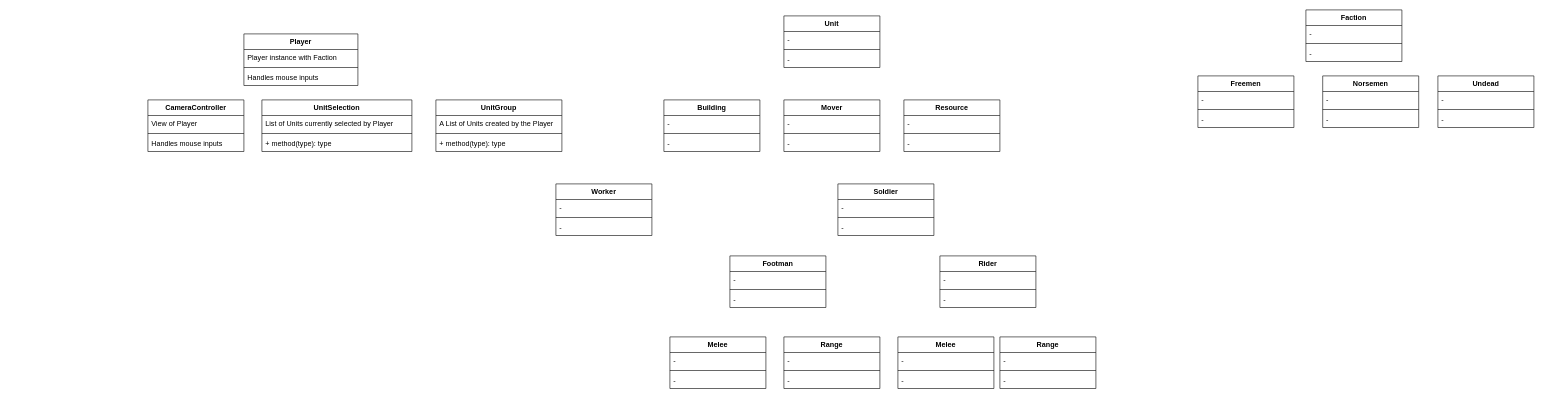
This is Game/Assets/Scripts/Class_diagram_UML.drawio from stephanegc/realTimeStrategy, a draw.io file, before an edit. Source tidied: cells renumbered, new cells numbered last; positions are measured from the earlier drawing's top-left corner, leaving out a move shared by most shapes. Both pictures are drawn from the tidied source at 60%, with x=0, y=0 at pixel (148, 10).
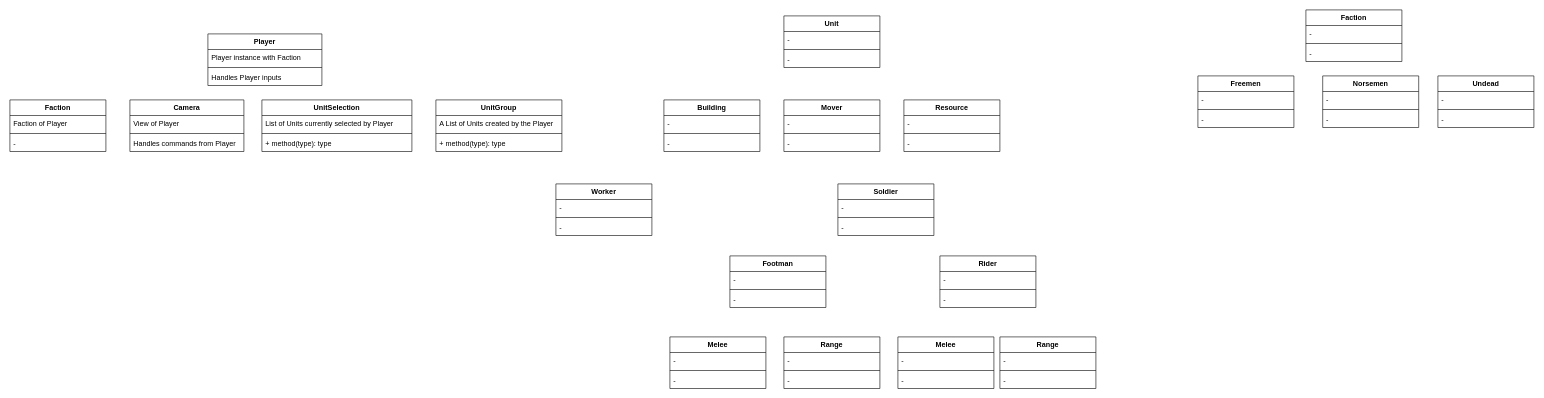
The same diagram, later.

Commit message:
Mettre à jour Class_diagram_UML.drawio

Diff of the diagram source:
```diff
@@
-    <mxCell id="2" value="CameraController" style="swimlane;fontStyle=1;align=center;verticalAlign=top;horizontal=1;startSize=26;" parent="1" vertex="1">
-      <mxGeometry y="150" width="160" height="86" as="geometry" />
+    <mxCell id="2" value="Camera" style="swimlane;fontStyle=1;align=center;verticalAlign=top;horizontal=1;startSize=26;" parent="1" vertex="1">
+      <mxGeometry x="-30" y="150" width="190" height="86" as="geometry" />
     </mxCell>
     <mxCell id="3" value="View of Player" style="text;strokeColor=none;fillColor=none;align=left;verticalAlign=top;spacingLeft=4;spacingRight=4;overflow=hidden;" parent="2" vertex="1">
-      <mxGeometry y="26" width="160" height="26" as="geometry" />
+      <mxGeometry y="26" width="190" height="26" as="geometry" />
     </mxCell>
     <mxCell id="4" style="line;strokeWidth=1;fillColor=none;align=left;verticalAlign=middle;spacingTop=-1;spacingLeft=3;spacingRight=3;labelPosition=right;strokeColor=inherit;" parent="2" vertex="1">
-      <mxGeometry y="52" width="160" height="8" as="geometry" />
+      <mxGeometry y="52" width="190" height="8" as="geometry" />
     </mxCell>
-    <mxCell id="5" value="Handles mouse inputs" style="text;strokeColor=none;fillColor=none;align=left;verticalAlign=top;spacingLeft=4;spacingRight=4;overflow=hidden;" parent="2" vertex="1">
-      <mxGeometry y="60" width="160" height="26" as="geometry" />
+    <mxCell id="5" value="Handles commands from Player" style="text;strokeColor=none;fillColor=none;align=left;verticalAlign=top;spacingLeft=4;spacingRight=4;overflow=hidden;" parent="2" vertex="1">
+      <mxGeometry y="60" width="190" height="26" as="geometry" />
     </mxCell>
@@
     <mxCell id="10" value="Player" style="swimlane;fontStyle=1;align=center;verticalAlign=top;horizontal=1;startSize=26;" parent="1" vertex="1">
-      <mxGeometry x="160" y="40" width="190" height="86" as="geometry" />
+      <mxGeometry x="100" y="40" width="190" height="86" as="geometry" />
     </mxCell>
@@
-    <mxCell id="13" value="Handles mouse inputs" style="text;strokeColor=none;fillColor=none;align=left;verticalAlign=top;spacingLeft=4;spacingRight=4;overflow=hidden;" parent="10" vertex="1">
+    <mxCell id="13" value="Handles Player inputs" style="text;strokeColor=none;fillColor=none;align=left;verticalAlign=top;spacingLeft=4;spacingRight=4;overflow=hidden;" parent="10" vertex="1">
       <mxGeometry y="60" width="190" height="26" as="geometry" />
     </mxCell>
@@
+    <mxCell id="82" value="Faction" style="swimlane;fontStyle=1;align=center;verticalAlign=top;horizontal=1;startSize=26;" parent="1" vertex="1">
+      <mxGeometry x="-230" y="150" width="160" height="86" as="geometry" />
+    </mxCell>
+    <mxCell id="83" value="Faction of Player" style="text;strokeColor=none;fillColor=none;align=left;verticalAlign=top;spacingLeft=4;spacingRight=4;overflow=hidden;" parent="82" vertex="1">
+      <mxGeometry y="26" width="160" height="26" as="geometry" />
+    </mxCell>
+    <mxCell id="84" style="line;strokeWidth=1;fillColor=none;align=left;verticalAlign=middle;spacingTop=-1;spacingLeft=3;spacingRight=3;labelPosition=right;strokeColor=inherit;" parent="82" vertex="1">
+      <mxGeometry y="52" width="160" height="8" as="geometry" />
+    </mxCell>
+    <mxCell id="85" value="-" style="text;strokeColor=none;fillColor=none;align=left;verticalAlign=top;spacingLeft=4;spacingRight=4;overflow=hidden;" parent="82" vertex="1">
+      <mxGeometry y="60" width="160" height="26" as="geometry" />
+    </mxCell>
```
